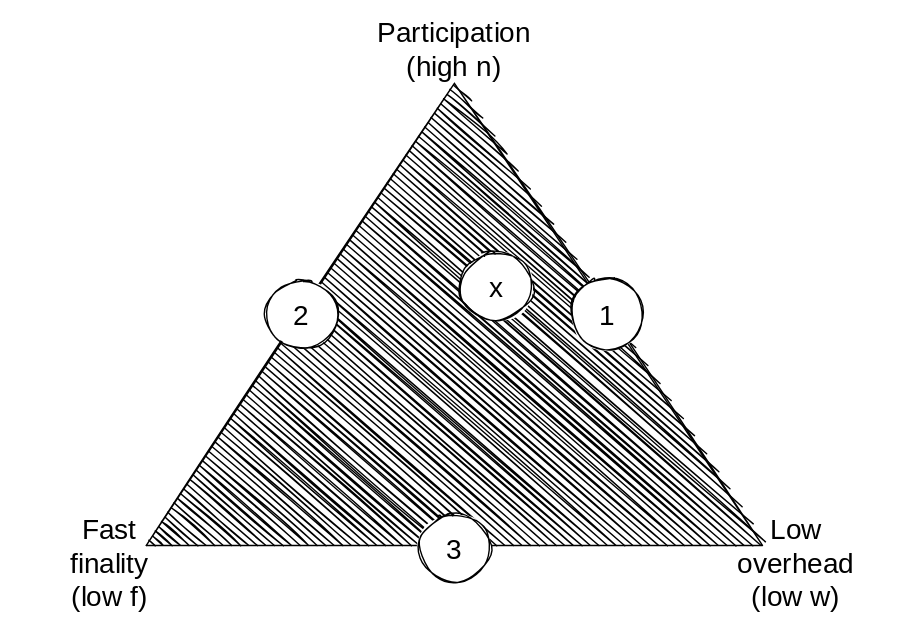
This is src/md/images/scalability-trilemma.svg from benjaminion/upgrading-ethereum-book, a draw.io export, as it was before one commit. Source tidied: cells renumbered, new cells last; positions are measured from the earlier drawing's top-left corner, leaving out a move shared by most shapes.
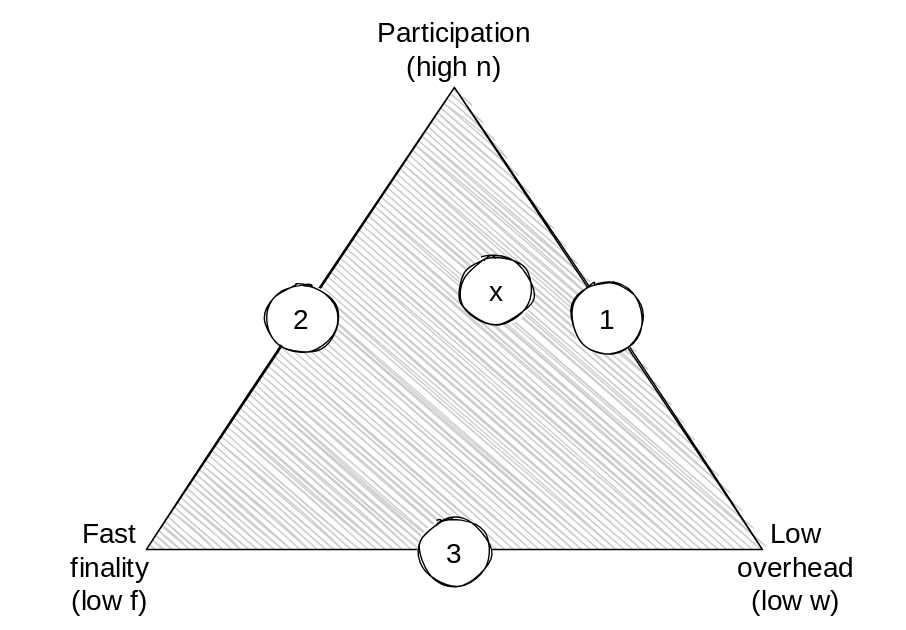
After the commit.

Commit message:
Lighten shading

The edit, as a diff of the source:
```diff
@@ -2,11 +2,11 @@
   <root>
     <mxCell id="0" />
     <mxCell id="1" parent="0" />
-    <mxCell id="2" style="triangle;whiteSpace=wrap;html=1;rotation=-90;sketch=1;fillStyle=hachure;fillColor=#000000;" parent="1" vertex="1">
+    <mxCell id="2" style="triangle;whiteSpace=wrap;html=1;rotation=-90;sketch=1;fillStyle=hachure;fillColor=#CCCCCC;" parent="1" vertex="1">
       <mxGeometry x="149" width="330" height="440" as="geometry" />
     </mxCell>
     <mxCell id="3" value="Participation&lt;br&gt;(high n)" style="text;html=1;strokeColor=none;fillColor=none;align=center;verticalAlign=middle;whiteSpace=wrap;rounded=0;sketch=1;fontFamily=Gloria Hallelujah;fontSource=https%3A%2F%2Ffonts.googleapis.com%2Fcss%3Ffamily%3DGloria%2BHallelujah;fontSize=20;" parent="1" vertex="1">
-      <mxGeometry x="246" y="15" width="136" height="30" as="geometry" />
+      <mxGeometry x="246" y="12" width="136" height="30" as="geometry" />
     </mxCell>
     <mxCell id="4" value="Low&lt;br&gt;overhead&lt;br&gt;(low w)" style="text;html=1;strokeColor=none;fillColor=none;align=center;verticalAlign=middle;whiteSpace=wrap;rounded=0;sketch=1;fontFamily=Gloria Hallelujah;fontSource=https%3A%2F%2Ffonts.googleapis.com%2Fcss%3Ffamily%3DGloria%2BHallelujah;fontSize=20;" parent="1" vertex="1">
       <mxGeometry x="490" y="382" width="136" height="30" as="geometry" />
```
